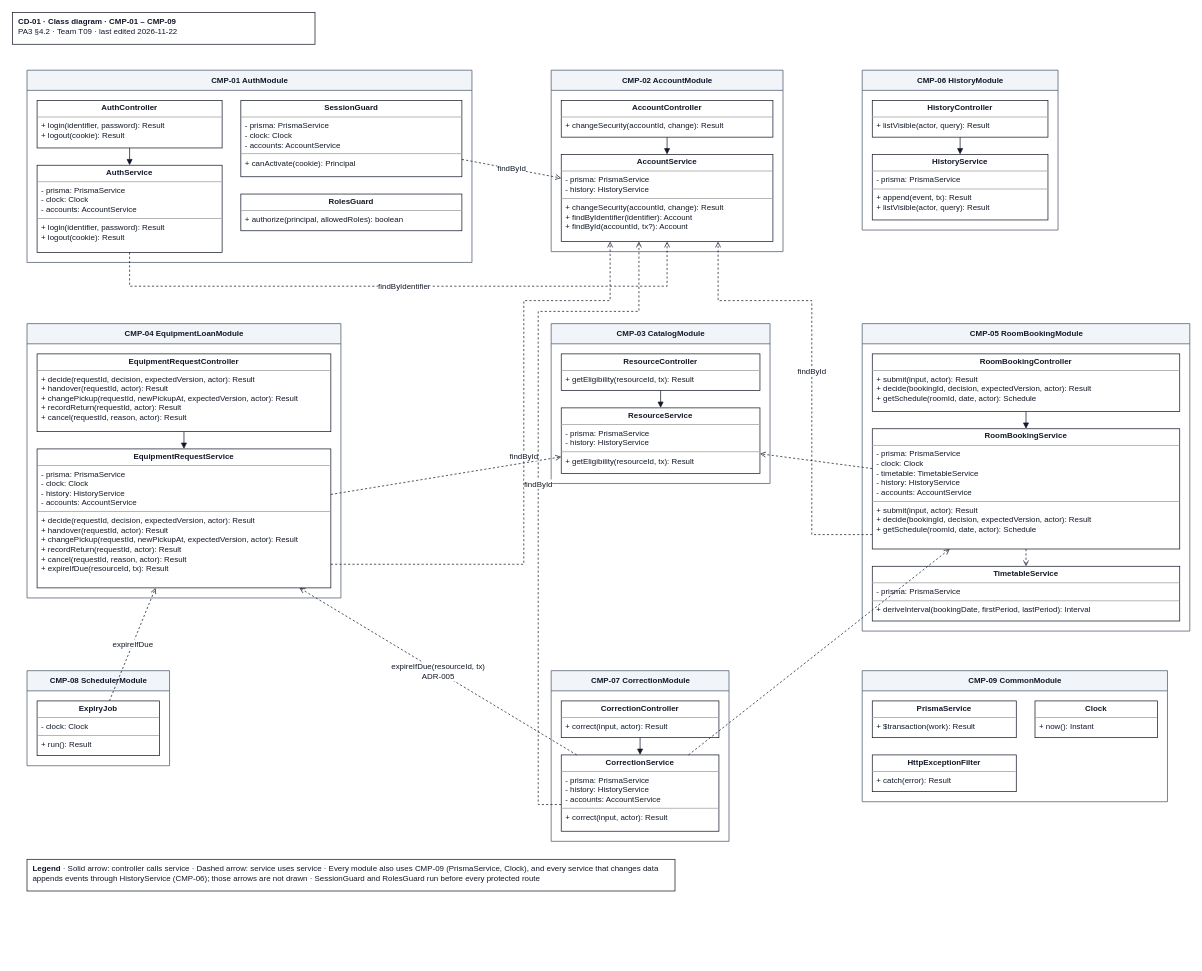
The draw.io diagram docs/design/diagrams/CD-01_component-classes.drawio in JuliaTrang/T09-CampusBorrow, before the edit. Source tidied: cells renumbered, new cells numbered last; positions are measured from the earlier drawing's top-left corner, leaving out a move shared by most shapes. Both pictures are drawn from the tidied source at 72%, with x=0, y=0 at pixel (12, 12).
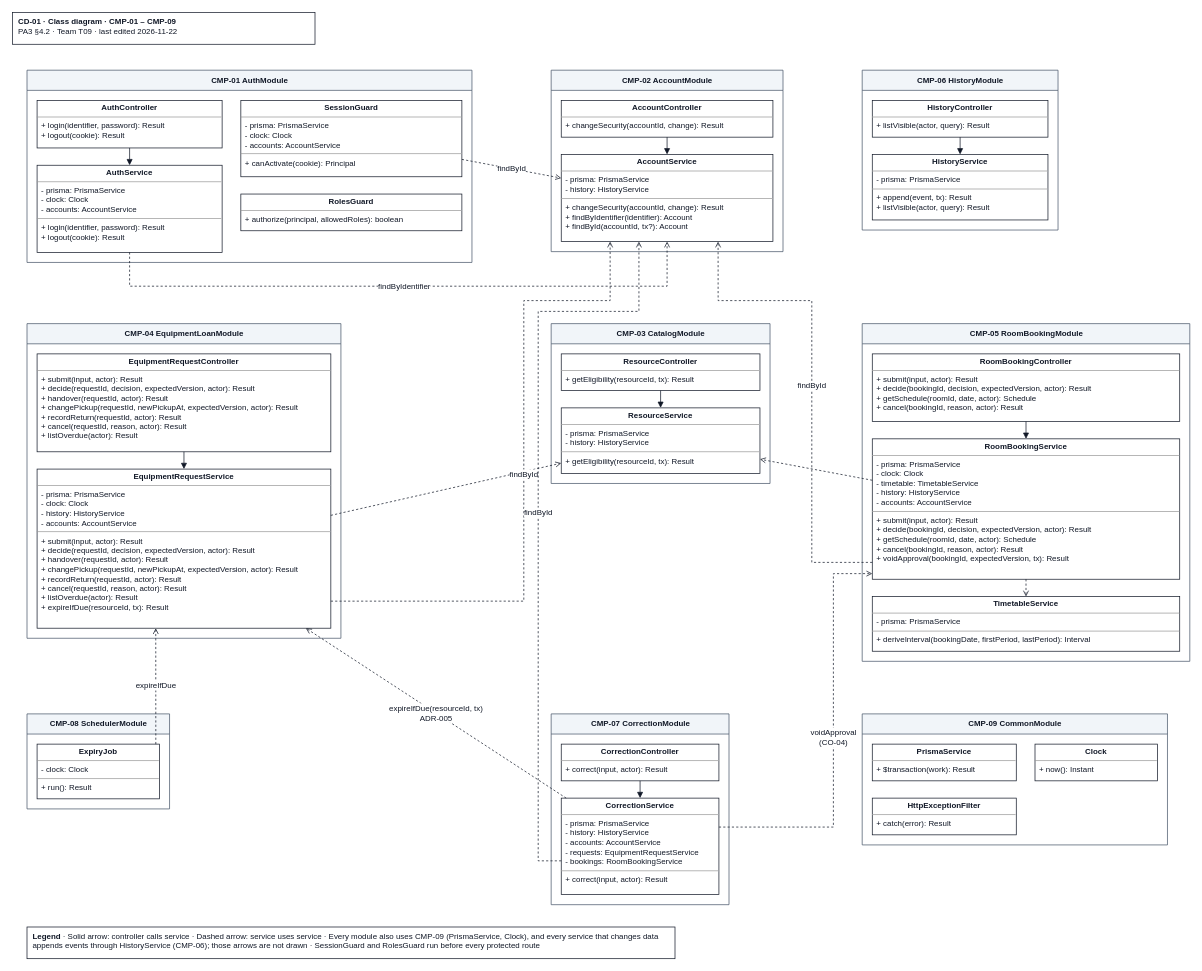
The same page after the edit.

Unchanged cells that the change refers to:
```xml
<mxCell id="10" value="&lt;p style=&quot;margin:0px;margin-top:4px;text-align:center;&quot;&gt;&lt;b&gt;AccountService&lt;/b&gt;&lt;/p&gt;&lt;hr size=&quot;1&quot;/&gt;&lt;p style=&quot;margin:0px;margin-left:6px;&quot;&gt;- prisma: PrismaService&lt;br&gt;- history: HistoryService&lt;/p&gt;&lt;hr size=&quot;1&quot;/&gt;&lt;p style=&quot;margin:0px;margin-left:6px;&quot;&gt;+ changeSecurity(accountId, change): Result&lt;br&gt;+ findByIdentifier(identifier): Account&lt;br&gt;+ findById(accountId, tx?): Account&lt;/p&gt;" style="verticalAlign=top;align=left;overflow=fill;html=1;whiteSpace=wrap;rounded=0;strokeColor=#111827;fillColor=#ffffff;fontFamily=Arial;fontSize=11;fontColor=#111827;" parent="8" vertex="1">
  <mxGeometry x="14" y="117" width="294" height="121" as="geometry" />
</mxCell>
<mxCell id="25" value="&lt;p style=&quot;margin:0px;margin-top:4px;text-align:center;&quot;&gt;&lt;b&gt;ExpiryJob&lt;/b&gt;&lt;/p&gt;&lt;hr size=&quot;1&quot;/&gt;&lt;p style=&quot;margin:0px;margin-left:6px;&quot;&gt;- clock: Clock&lt;/p&gt;&lt;hr size=&quot;1&quot;/&gt;&lt;p style=&quot;margin:0px;margin-left:6px;&quot;&gt;+ run(): Result&lt;/p&gt;" style="verticalAlign=top;align=left;overflow=fill;html=1;whiteSpace=wrap;rounded=0;strokeColor=#111827;fillColor=#ffffff;fontFamily=Arial;fontSize=11;fontColor=#111827;" parent="24" vertex="1">
  <mxGeometry x="14" y="42" width="170" height="76" as="geometry" />
</mxCell>
```

Diff of the diagram source:
```diff
@@
     <mxCell id="14" value="CMP-04 EquipmentLoanModule" style="swimlane;startSize=28;html=1;horizontal=1;fillColor=#f1f5f9;strokeColor=#475569;fontStyle=1;rounded=0;fontFamily=Arial;fontSize=11;fontColor=#111827;" parent="1" vertex="1">
-      <mxGeometry x="20" y="432" width="436" height="381" as="geometry" />
+      <mxGeometry x="20" y="432" width="436" height="437" as="geometry" />
     </mxCell>
-    <mxCell id="15" value="&lt;p style=&quot;margin:0px;margin-top:4px;text-align:center;&quot;&gt;&lt;b&gt;EquipmentRequestController&lt;/b&gt;&lt;/p&gt;&lt;hr size=&quot;1&quot;/&gt;&lt;p style=&quot;margin:0px;margin-left:6px;&quot;&gt;+ decide(requestId, decision, expectedVersion, actor): Result&lt;br&gt;+ handover(requestId, actor): Result&lt;br&gt;+ changePickup(requestId, newPickupAt, expectedVersion, actor): Result&lt;br&gt;+ recordReturn(requestId, actor): Result&lt;br&gt;+ cancel(requestId, reason, actor): Result&lt;/p&gt;" style="verticalAlign=top;align=left;overflow=fill;html=1;whiteSpace=wrap;rounded=0;strokeColor=#111827;fillColor=#ffffff;fontFamily=Arial;fontSize=11;fontColor=#111827;" parent="14" vertex="1">
-      <mxGeometry x="14" y="42" width="408" height="108" as="geometry" />
+    <mxCell id="15" value="&lt;p style=&quot;margin:0px;margin-top:4px;text-align:center;&quot;&gt;&lt;b&gt;EquipmentRequestController&lt;/b&gt;&lt;/p&gt;&lt;hr size=&quot;1&quot;/&gt;&lt;p style=&quot;margin:0px;margin-left:6px;&quot;&gt;+ submit(input, actor): Result&lt;br&gt;+ decide(requestId, decision, expectedVersion, actor): Result&lt;br&gt;+ handover(requestId, actor): Result&lt;br&gt;+ changePickup(requestId, newPickupAt, expectedVersion, actor): Result&lt;br&gt;+ recordReturn(requestId, actor): Result&lt;br&gt;+ cancel(requestId, reason, actor): Result&lt;br&gt;+ listOverdue(actor): Result&lt;/p&gt;" style="verticalAlign=top;align=left;overflow=fill;html=1;whiteSpace=wrap;rounded=0;strokeColor=#111827;fillColor=#ffffff;fontFamily=Arial;fontSize=11;fontColor=#111827;" parent="14" vertex="1">
+      <mxGeometry x="14" y="42" width="408" height="136" as="geometry" />
     </mxCell>
-    <mxCell id="16" value="&lt;p style=&quot;margin:0px;margin-top:4px;text-align:center;&quot;&gt;&lt;b&gt;EquipmentRequestService&lt;/b&gt;&lt;/p&gt;&lt;hr size=&quot;1&quot;/&gt;&lt;p style=&quot;margin:0px;margin-left:6px;&quot;&gt;- prisma: PrismaService&lt;br&gt;- clock: Clock&lt;br&gt;- history: HistoryService&lt;br&gt;- accounts: AccountService&lt;/p&gt;&lt;hr size=&quot;1&quot;/&gt;&lt;p style=&quot;margin:0px;margin-left:6px;&quot;&gt;+ decide(requestId, decision, expectedVersion, actor): Result&lt;br&gt;+ handover(requestId, actor): Result&lt;br&gt;+ changePickup(requestId, newPickupAt, expectedVersion, actor): Result&lt;br&gt;+ recordReturn(requestId, actor): Result&lt;br&gt;+ cancel(requestId, reason, actor): Result&lt;br&gt;+ expireIfDue(resourceId, tx): Result&lt;/p&gt;" style="verticalAlign=top;align=left;overflow=fill;html=1;whiteSpace=wrap;rounded=0;strokeColor=#111827;fillColor=#ffffff;fontFamily=Arial;fontSize=11;fontColor=#111827;" parent="14" vertex="1">
-      <mxGeometry x="14" y="174" width="408" height="193" as="geometry" />
+    <mxCell id="16" value="&lt;p style=&quot;margin:0px;margin-top:4px;text-align:center;&quot;&gt;&lt;b&gt;EquipmentRequestService&lt;/b&gt;&lt;/p&gt;&lt;hr size=&quot;1&quot;/&gt;&lt;p style=&quot;margin:0px;margin-left:6px;&quot;&gt;- prisma: PrismaService&lt;br&gt;- clock: Clock&lt;br&gt;- history: HistoryService&lt;br&gt;- accounts: AccountService&lt;/p&gt;&lt;hr size=&quot;1&quot;/&gt;&lt;p style=&quot;margin:0px;margin-left:6px;&quot;&gt;+ submit(input, actor): Result&lt;br&gt;+ decide(requestId, decision, expectedVersion, actor): Result&lt;br&gt;+ handover(requestId, actor): Result&lt;br&gt;+ changePickup(requestId, newPickupAt, expectedVersion, actor): Result&lt;br&gt;+ recordReturn(requestId, actor): Result&lt;br&gt;+ cancel(requestId, reason, actor): Result&lt;br&gt;+ listOverdue(actor): Result&lt;br&gt;+ expireIfDue(resourceId, tx): Result&lt;/p&gt;" style="verticalAlign=top;align=left;overflow=fill;html=1;whiteSpace=wrap;rounded=0;strokeColor=#111827;fillColor=#ffffff;fontFamily=Arial;fontSize=11;fontColor=#111827;" parent="14" vertex="1">
+      <mxGeometry x="14" y="202" width="408" height="221" as="geometry" />
     </mxCell>
@@
     <mxCell id="20" value="CMP-05 RoomBookingModule" style="swimlane;startSize=28;html=1;horizontal=1;fillColor=#f1f5f9;strokeColor=#475569;fontStyle=1;rounded=0;fontFamily=Arial;fontSize=11;fontColor=#111827;" parent="1" vertex="1">
-      <mxGeometry x="1180" y="432" width="455" height="427" as="geometry" />
+      <mxGeometry x="1180" y="432" width="455" height="469" as="geometry" />
     </mxCell>
-    <mxCell id="21" value="&lt;p style=&quot;margin:0px;margin-top:4px;text-align:center;&quot;&gt;&lt;b&gt;RoomBookingController&lt;/b&gt;&lt;/p&gt;&lt;hr size=&quot;1&quot;/&gt;&lt;p style=&quot;margin:0px;margin-left:6px;&quot;&gt;+ submit(input, actor): Result&lt;br&gt;+ decide(bookingId, decision, expectedVersion, actor): Result&lt;br&gt;+ getSchedule(roomId, date, actor): Schedule&lt;/p&gt;" style="verticalAlign=top;align=left;overflow=fill;html=1;whiteSpace=wrap;rounded=0;strokeColor=#111827;fillColor=#ffffff;fontFamily=Arial;fontSize=11;fontColor=#111827;" parent="20" vertex="1">
-      <mxGeometry x="14" y="42" width="427" height="80" as="geometry" />
+    <mxCell id="21" value="&lt;p style=&quot;margin:0px;margin-top:4px;text-align:center;&quot;&gt;&lt;b&gt;RoomBookingController&lt;/b&gt;&lt;/p&gt;&lt;hr size=&quot;1&quot;/&gt;&lt;p style=&quot;margin:0px;margin-left:6px;&quot;&gt;+ submit(input, actor): Result&lt;br&gt;+ decide(bookingId, decision, expectedVersion, actor): Result&lt;br&gt;+ getSchedule(roomId, date, actor): Schedule&lt;br&gt;+ cancel(bookingId, reason, actor): Result&lt;/p&gt;" style="verticalAlign=top;align=left;overflow=fill;html=1;whiteSpace=wrap;rounded=0;strokeColor=#111827;fillColor=#ffffff;fontFamily=Arial;fontSize=11;fontColor=#111827;" parent="20" vertex="1">
+      <mxGeometry x="14" y="42" width="427" height="94" as="geometry" />
     </mxCell>
-    <mxCell id="22" value="&lt;p style=&quot;margin:0px;margin-top:4px;text-align:center;&quot;&gt;&lt;b&gt;RoomBookingService&lt;/b&gt;&lt;/p&gt;&lt;hr size=&quot;1&quot;/&gt;&lt;p style=&quot;margin:0px;margin-left:6px;&quot;&gt;- prisma: PrismaService&lt;br&gt;- clock: Clock&lt;br&gt;- timetable: TimetableService&lt;br&gt;- history: HistoryService&lt;br&gt;- accounts: AccountService&lt;/p&gt;&lt;hr size=&quot;1&quot;/&gt;&lt;p style=&quot;margin:0px;margin-left:6px;&quot;&gt;+ submit(input, actor): Result&lt;br&gt;+ decide(bookingId, decision, expectedVersion, actor): Result&lt;br&gt;+ getSchedule(roomId, date, actor): Schedule&lt;/p&gt;" style="verticalAlign=top;align=left;overflow=fill;html=1;whiteSpace=wrap;rounded=0;strokeColor=#111827;fillColor=#ffffff;fontFamily=Arial;fontSize=11;fontColor=#111827;" parent="20" vertex="1">
-      <mxGeometry x="14" y="146" width="427" height="167" as="geometry" />
+    <mxCell id="22" value="&lt;p style=&quot;margin:0px;margin-top:4px;text-align:center;&quot;&gt;&lt;b&gt;RoomBookingService&lt;/b&gt;&lt;/p&gt;&lt;hr size=&quot;1&quot;/&gt;&lt;p style=&quot;margin:0px;margin-left:6px;&quot;&gt;- prisma: PrismaService&lt;br&gt;- clock: Clock&lt;br&gt;- timetable: TimetableService&lt;br&gt;- history: HistoryService&lt;br&gt;- accounts: AccountService&lt;/p&gt;&lt;hr size=&quot;1&quot;/&gt;&lt;p style=&quot;margin:0px;margin-left:6px;&quot;&gt;+ submit(input, actor): Result&lt;br&gt;+ decide(bookingId, decision, expectedVersion, actor): Result&lt;br&gt;+ getSchedule(roomId, date, actor): Schedule&lt;br&gt;+ cancel(bookingId, reason, actor): Result&lt;br&gt;+ voidApproval(bookingId, expectedVersion, tx): Result&lt;/p&gt;" style="verticalAlign=top;align=left;overflow=fill;html=1;whiteSpace=wrap;rounded=0;strokeColor=#111827;fillColor=#ffffff;fontFamily=Arial;fontSize=11;fontColor=#111827;" parent="20" vertex="1">
+      <mxGeometry x="14" y="160" width="427" height="195" as="geometry" />
     </mxCell>
     <mxCell id="23" value="&lt;p style=&quot;margin:0px;margin-top:4px;text-align:center;&quot;&gt;&lt;b&gt;TimetableService&lt;/b&gt;&lt;/p&gt;&lt;hr size=&quot;1&quot;/&gt;&lt;p style=&quot;margin:0px;margin-left:6px;&quot;&gt;- prisma: PrismaService&lt;/p&gt;&lt;hr size=&quot;1&quot;/&gt;&lt;p style=&quot;margin:0px;margin-left:6px;&quot;&gt;+ deriveInterval(bookingDate, firstPeriod, lastPeriod): Interval&lt;/p&gt;" style="verticalAlign=top;align=left;overflow=fill;html=1;whiteSpace=wrap;rounded=0;strokeColor=#111827;fillColor=#ffffff;fontFamily=Arial;fontSize=11;fontColor=#111827;" parent="20" vertex="1">
-      <mxGeometry x="14" y="337" width="427" height="76" as="geometry" />
+      <mxGeometry x="14" y="379" width="427" height="76" as="geometry" />
     </mxCell>
     <mxCell id="24" value="CMP-08 SchedulerModule" style="swimlane;startSize=28;html=1;horizontal=1;fillColor=#f1f5f9;strokeColor=#475569;fontStyle=1;rounded=0;fontFamily=Arial;fontSize=11;fontColor=#111827;" parent="1" vertex="1">
-      <mxGeometry x="20" y="914" width="198" height="132" as="geometry" />
+      <mxGeometry x="20" y="974" width="198" height="132" as="geometry" />
     </mxCell>
@@
     <mxCell id="26" value="CMP-07 CorrectionModule" style="swimlane;startSize=28;html=1;horizontal=1;fillColor=#f1f5f9;strokeColor=#475569;fontStyle=1;rounded=0;fontFamily=Arial;fontSize=11;fontColor=#111827;" parent="1" vertex="1">
-      <mxGeometry x="748" y="914" width="247" height="237" as="geometry" />
+      <mxGeometry x="748" y="974" width="247" height="265" as="geometry" />
     </mxCell>
@@
-    <mxCell id="28" value="&lt;p style=&quot;margin:0px;margin-top:4px;text-align:center;&quot;&gt;&lt;b&gt;CorrectionService&lt;/b&gt;&lt;/p&gt;&lt;hr size=&quot;1&quot;/&gt;&lt;p style=&quot;margin:0px;margin-left:6px;&quot;&gt;- prisma: PrismaService&lt;br&gt;- history: HistoryService&lt;br&gt;- accounts: AccountService&lt;/p&gt;&lt;hr size=&quot;1&quot;/&gt;&lt;p style=&quot;margin:0px;margin-left:6px;&quot;&gt;+ correct(input, actor): Result&lt;/p&gt;" style="verticalAlign=top;align=left;overflow=fill;html=1;whiteSpace=wrap;rounded=0;strokeColor=#111827;fillColor=#ffffff;fontFamily=Arial;fontSize=11;fontColor=#111827;" parent="26" vertex="1">
-      <mxGeometry x="14" y="117" width="219" height="106" as="geometry" />
+    <mxCell id="28" value="&lt;p style=&quot;margin:0px;margin-top:4px;text-align:center;&quot;&gt;&lt;b&gt;CorrectionService&lt;/b&gt;&lt;/p&gt;&lt;hr size=&quot;1&quot;/&gt;&lt;p style=&quot;margin:0px;margin-left:6px;&quot;&gt;- prisma: PrismaService&lt;br&gt;- history: HistoryService&lt;br&gt;- accounts: AccountService&lt;br&gt;- requests: EquipmentRequestService&lt;br&gt;- bookings: RoomBookingService&lt;/p&gt;&lt;hr size=&quot;1&quot;/&gt;&lt;p style=&quot;margin:0px;margin-left:6px;&quot;&gt;+ correct(input, actor): Result&lt;/p&gt;" style="verticalAlign=top;align=left;overflow=fill;html=1;whiteSpace=wrap;rounded=0;strokeColor=#111827;fillColor=#ffffff;fontFamily=Arial;fontSize=11;fontColor=#111827;" parent="26" vertex="1">
+      <mxGeometry x="14" y="117" width="219" height="134" as="geometry" />
     </mxCell>
     <mxCell id="29" value="CMP-09 CommonModule" style="swimlane;startSize=28;html=1;horizontal=1;fillColor=#f1f5f9;strokeColor=#475569;fontStyle=1;rounded=0;fontFamily=Arial;fontSize=11;fontColor=#111827;" parent="1" vertex="1">
-      <mxGeometry x="1180" y="914" width="424" height="182" as="geometry" />
+      <mxGeometry x="1180" y="974" width="424" height="182" as="geometry" />
     </mxCell>
@@
-    <mxCell id="46" style="rounded=0;html=1;endArrow=open;endFill=0;dashed=1;strokeColor=#111827;fontFamily=Arial;fontSize=11;fontColor=#111827;" parent="1" edge="1" source="28" target="22">
-      <mxGeometry relative="1" as="geometry" />
+    <mxCell id="46" value="voidApproval&lt;br&gt;(CO-04)" style="rounded=0;html=1;endArrow=open;endFill=0;dashed=1;strokeColor=#111827;fontFamily=Arial;fontSize=11;fontColor=#111827;edgeStyle=orthogonalEdgeStyle;exitX=1;exitY=0.3;entryX=0;entryY=0.96;" parent="1" edge="1" source="28" target="22">
+      <mxGeometry relative="1" as="geometry">
+        <Array as="points">
+          <mxPoint x="1140" y="1131" />
+          <mxPoint x="1140" y="779" />
+        </Array>
+      </mxGeometry>
     </mxCell>
-    <mxCell id="47" value="expireIfDue" style="rounded=0;html=1;endArrow=open;endFill=0;dashed=1;strokeColor=#111827;fontFamily=Arial;fontSize=11;fontColor=#111827;" parent="1" edge="1" source="25" target="16">
+    <mxCell id="47" value="expireIfDue" style="rounded=0;html=1;endArrow=open;endFill=0;dashed=1;strokeColor=#111827;fontFamily=Arial;fontSize=11;fontColor=#111827;exitX=0.97;exitY=0;entryX=0.404;entryY=1;" parent="1" edge="1" source="25" target="16">
       <mxGeometry relative="1" as="geometry" />
     </mxCell>
     <mxCell id="48" value="&lt;b&gt;Legend&lt;/b&gt; · Solid arrow: controller calls service · Dashed arrow: service uses service · Every module also uses CMP-09 (PrismaService, Clock), and every service that changes data appends events through HistoryService (CMP-06); those arrows are not drawn · SessionGuard and RolesGuard run before every protected route" style="rounded=0;whiteSpace=wrap;html=1;align=left;verticalAlign=top;spacingLeft=6;strokeColor=#111827;fillColor=#ffffff;fontFamily=Arial;fontSize=11;fontColor=#111827;" parent="1" vertex="1">
-      <mxGeometry x="20" y="1176" width="900" height="44" as="geometry" />
+      <mxGeometry x="20" y="1270" width="900" height="44" as="geometry" />
     </mxCell>
     <mxCell id="49" value="findById" style="rounded=0;html=1;endArrow=open;endFill=0;dashed=1;strokeColor=#111827;fontFamily=Arial;fontSize=11;fontColor=#111827;edgeStyle=orthogonalEdgeStyle;exitX=1;exitY=0.83;entryX=0.231;entryY=1;" parent="1" edge="1" source="16" target="10">
       <mxGeometry relative="1" as="geometry">
         <Array as="points">
-          <mxPoint x="710" y="766" />
+          <mxPoint x="710" y="817" />
           <mxPoint x="710" y="400" />
           <mxPoint x="830" y="400" />
         </Array>
       </mxGeometry>
     </mxCell>
     <mxCell id="50" value="findById" style="rounded=0;html=1;endArrow=open;endFill=0;dashed=1;strokeColor=#111827;fontFamily=Arial;fontSize=11;fontColor=#111827;edgeStyle=orthogonalEdgeStyle;exitX=0;exitY=0.88;entryX=0.741;entryY=1;" parent="1" edge="1" source="22" target="10">
       <mxGeometry relative="1" as="geometry">
         <Array as="points">
-          <mxPoint x="1110" y="725" />
+          <mxPoint x="1110" y="764" />
           <mxPoint x="1110" y="400" />
           <mxPoint x="980" y="400" />
         </Array>
       </mxGeometry>
     </mxCell>
     <mxCell id="51" value="findById" style="rounded=0;html=1;endArrow=open;endFill=0;dashed=1;strokeColor=#111827;fontFamily=Arial;fontSize=11;fontColor=#111827;edgeStyle=orthogonalEdgeStyle;exitX=0;exitY=0.65;entryX=0.367;entryY=1;" parent="1" edge="1" source="28" target="10">
       <mxGeometry relative="1" as="geometry">
         <Array as="points">
-          <mxPoint x="730" y="1100" />
+          <mxPoint x="730" y="1178" />
           <mxPoint x="730" y="415" />
           <mxPoint x="870" y="415" />
         </Array>
       </mxGeometry>
     </mxCell>
```
